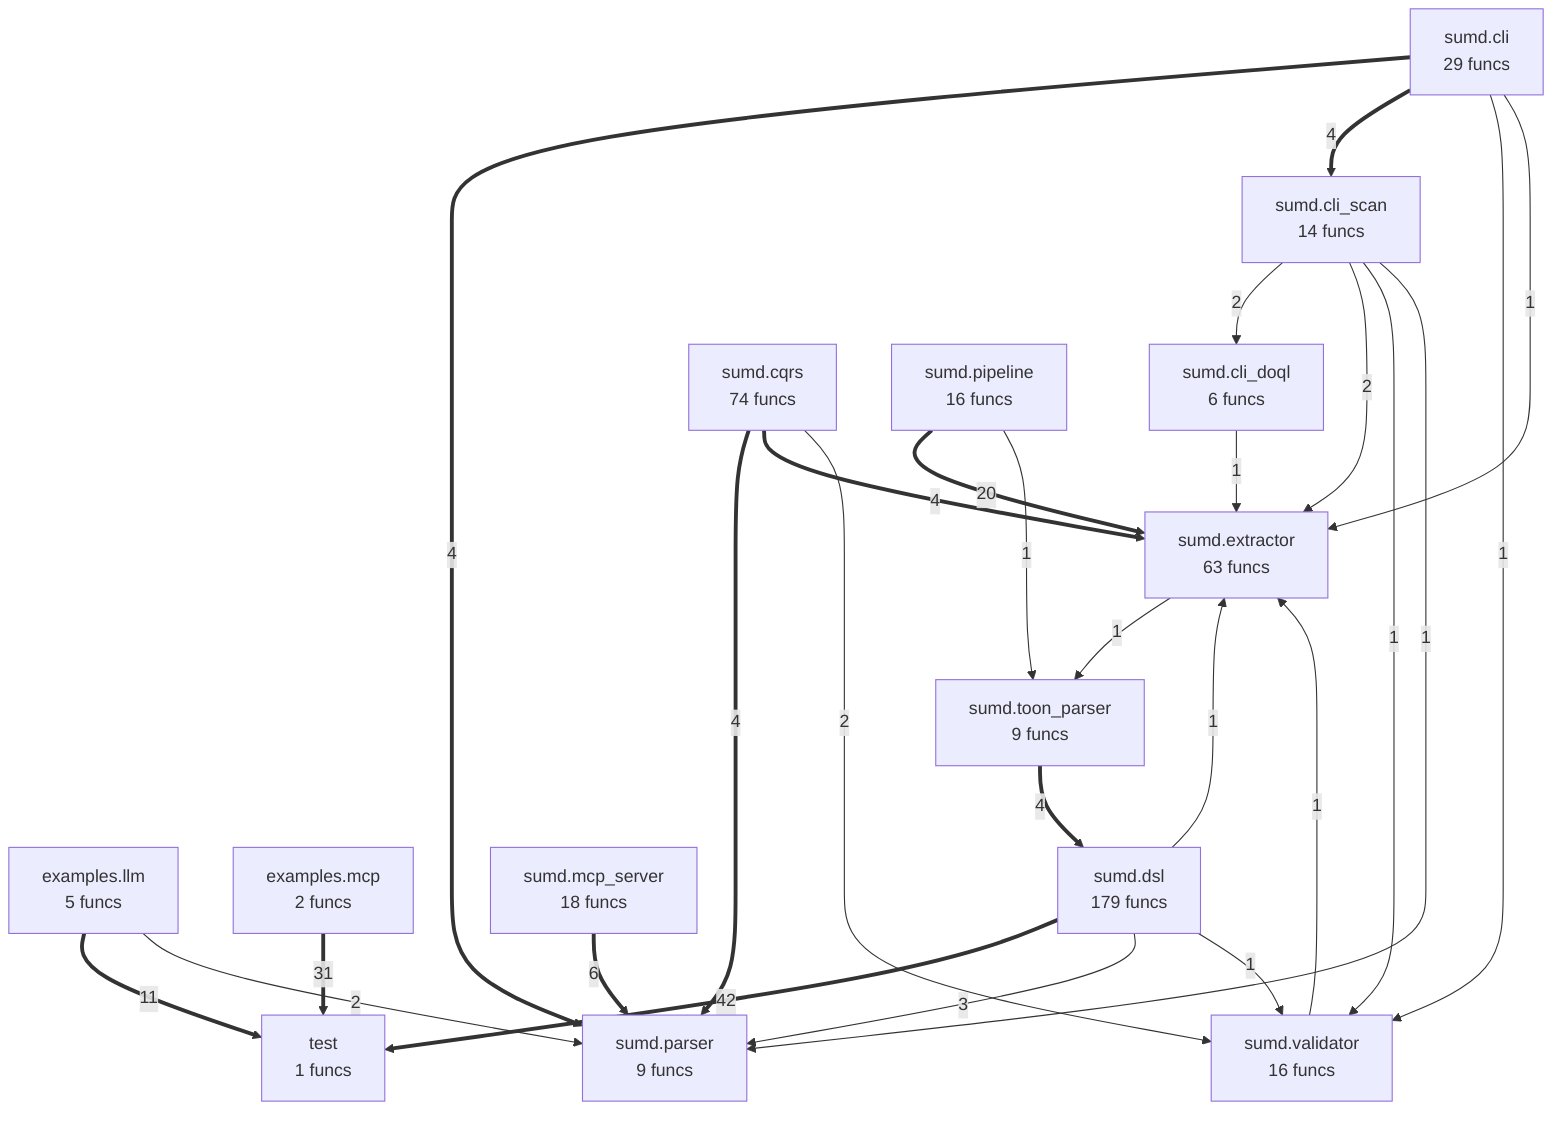
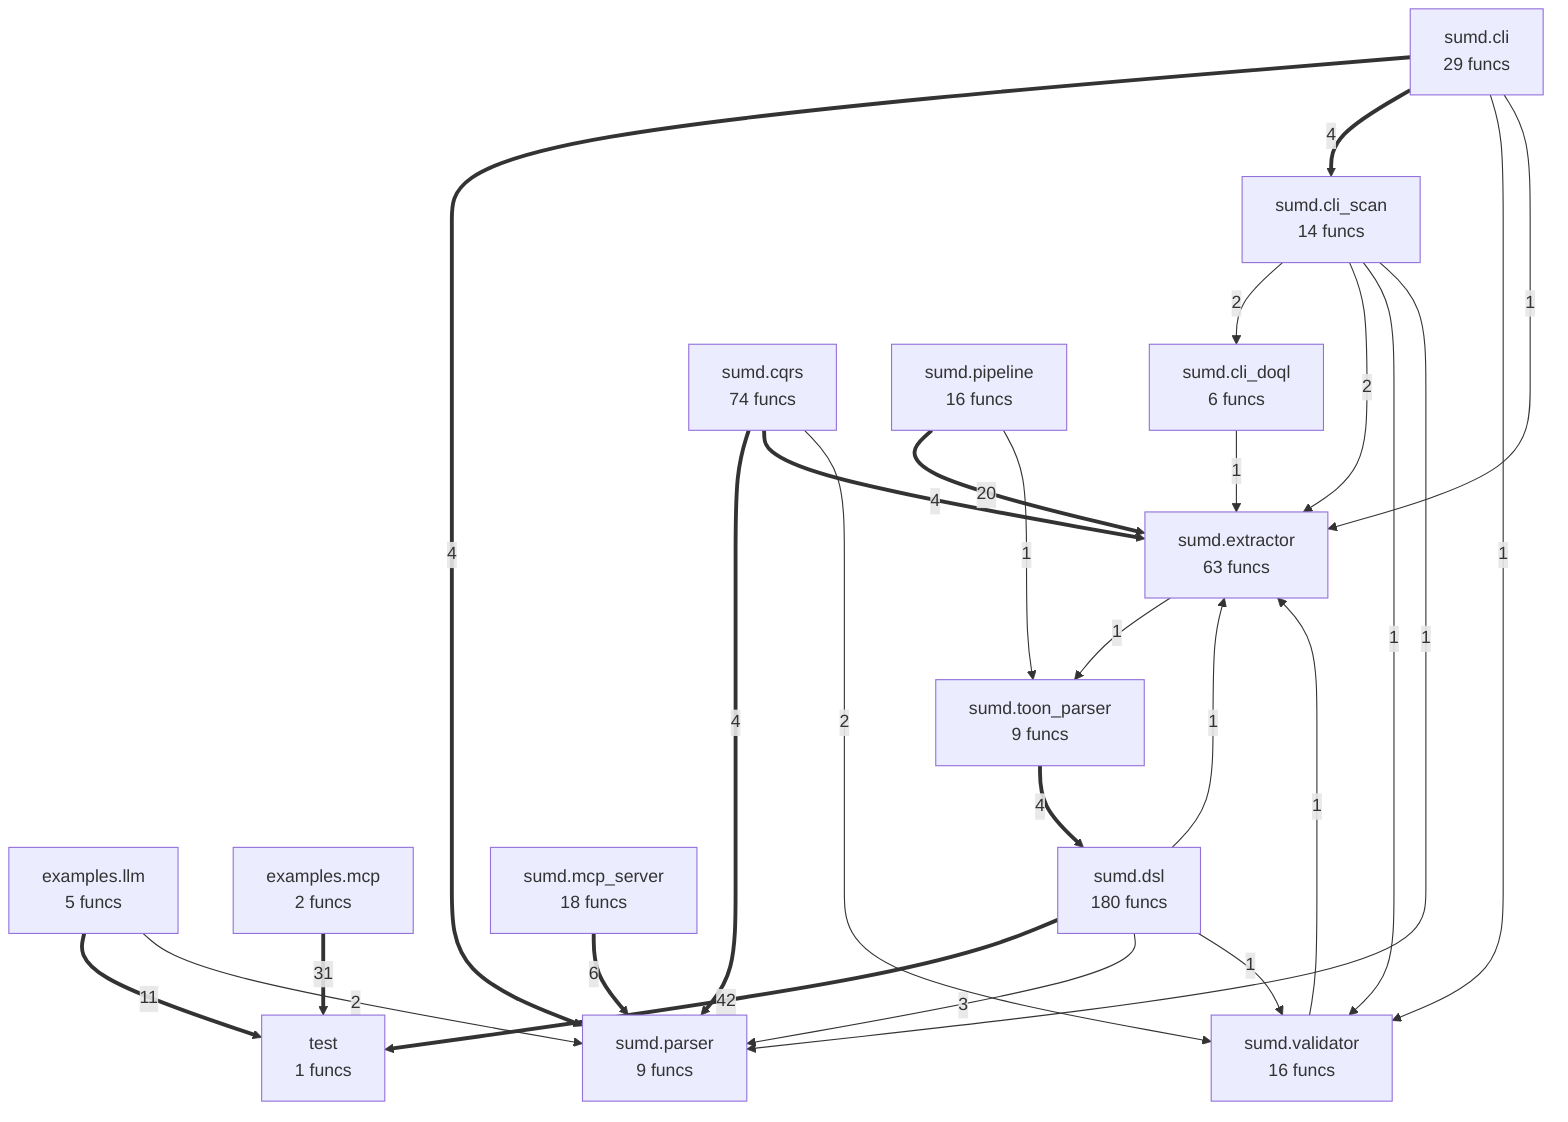
flowchart TD
%% generated in 0.01s
    examples__llm["examples.llm<br/>5 funcs"]
    examples__mcp["examples.mcp<br/>2 funcs"]
    sumd__cli["sumd.cli<br/>29 funcs"]
    sumd__cli_doql["sumd.cli_doql<br/>6 funcs"]
    sumd__cli_scan["sumd.cli_scan<br/>14 funcs"]
    sumd__cqrs["sumd.cqrs<br/>74 funcs"]
-     sumd__dsl["sumd.dsl<br/>179 funcs"]
+     sumd__dsl["sumd.dsl<br/>180 funcs"]
    sumd__extractor["sumd.extractor<br/>63 funcs"]
    sumd__mcp_server["sumd.mcp_server<br/>18 funcs"]
    sumd__parser["sumd.parser<br/>9 funcs"]
    sumd__pipeline["sumd.pipeline<br/>16 funcs"]
    sumd__toon_parser["sumd.toon_parser<br/>9 funcs"]
    sumd__validator["sumd.validator<br/>16 funcs"]
    test["test<br/>1 funcs"]
    sumd__dsl ==>|42| test
    examples__mcp ==>|31| test
    sumd__pipeline ==>|20| sumd__extractor
    examples__llm ==>|11| test
    sumd__mcp_server ==>|6| sumd__parser
    sumd__toon_parser ==>|4| sumd__dsl
+     sumd__cqrs ==>|4| sumd__parser
+     sumd__cqrs ==>|4| sumd__extractor
    sumd__cli ==>|4| sumd__parser
    sumd__cli ==>|4| sumd__cli_scan
-     sumd__cqrs ==>|4| sumd__parser
-     sumd__cqrs ==>|4| sumd__extractor
    sumd__dsl -->|3| sumd__parser
    examples__llm -->|2| sumd__parser
    sumd__cli_scan -->|2| sumd__cli_doql
    sumd__cli_scan -->|2| sumd__extractor
    sumd__cqrs -->|2| sumd__validator
-     sumd__validator -->|1| sumd__extractor
-     sumd__cli -->|1| sumd__validator
-     sumd__cli -->|1| sumd__extractor
    sumd__extractor -->|1| sumd__toon_parser
    sumd__cli_scan -->|1| sumd__validator
    sumd__cli_scan -->|1| sumd__parser
    sumd__cli_doql -->|1| sumd__extractor
    sumd__pipeline -->|1| sumd__toon_parser
    sumd__dsl -->|1| sumd__extractor
    sumd__dsl -->|1| sumd__validator
+     sumd__validator -->|1| sumd__extractor
+     sumd__cli -->|1| sumd__validator
+     sumd__cli -->|1| sumd__extractor
